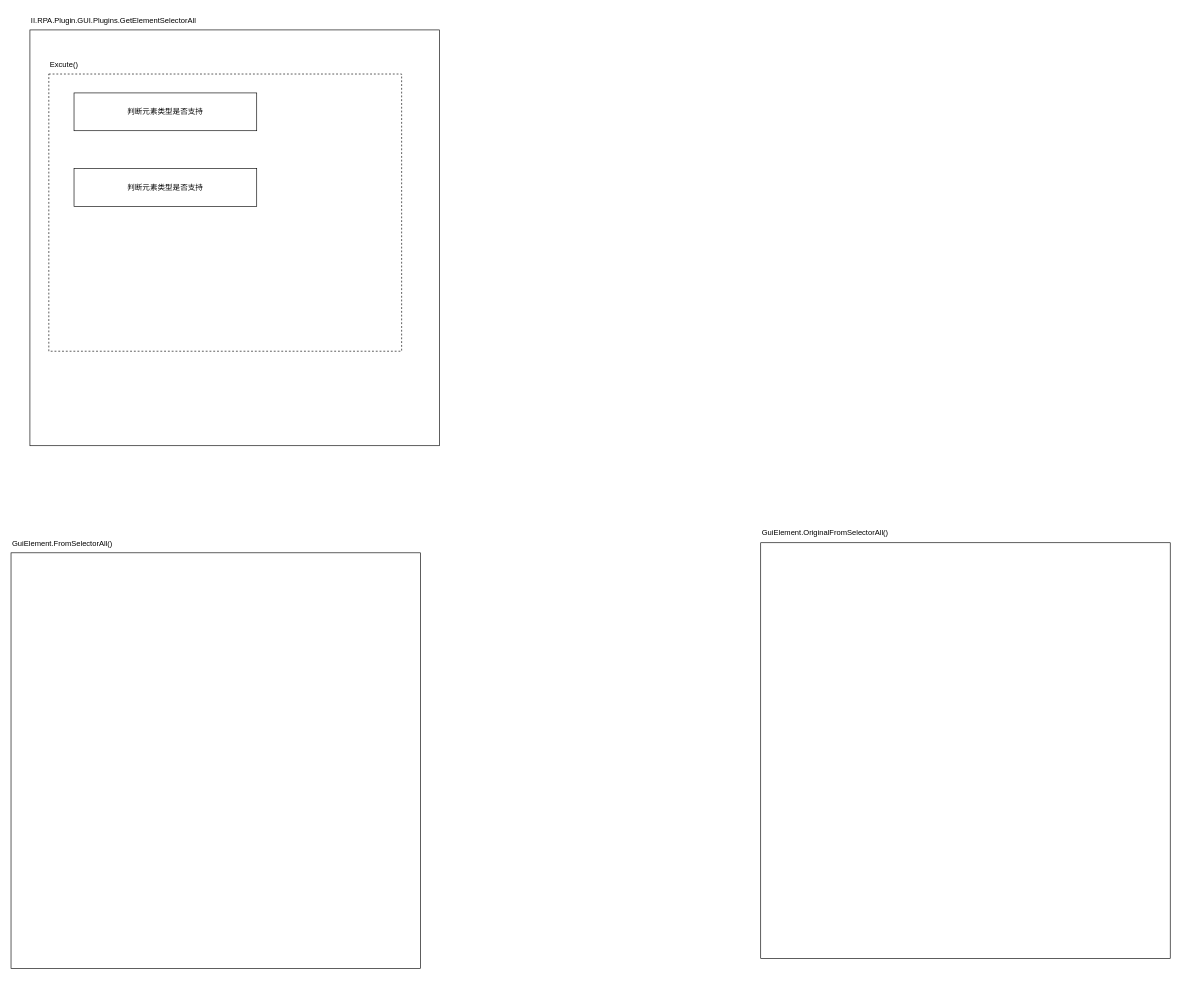
Before: win版循环获取相似元素相关逻辑图.drawio in ColonelDarcy2018/excelsior, a draw.io diagram. Source tidied: cells renumbered, new cells numbered last; positions are measured from the earlier drawing's top-left corner, leaving out a move shared by most shapes. Both pictures are drawn from the tidied source at 63%, with x=0, y=0 at pixel (11, 11).
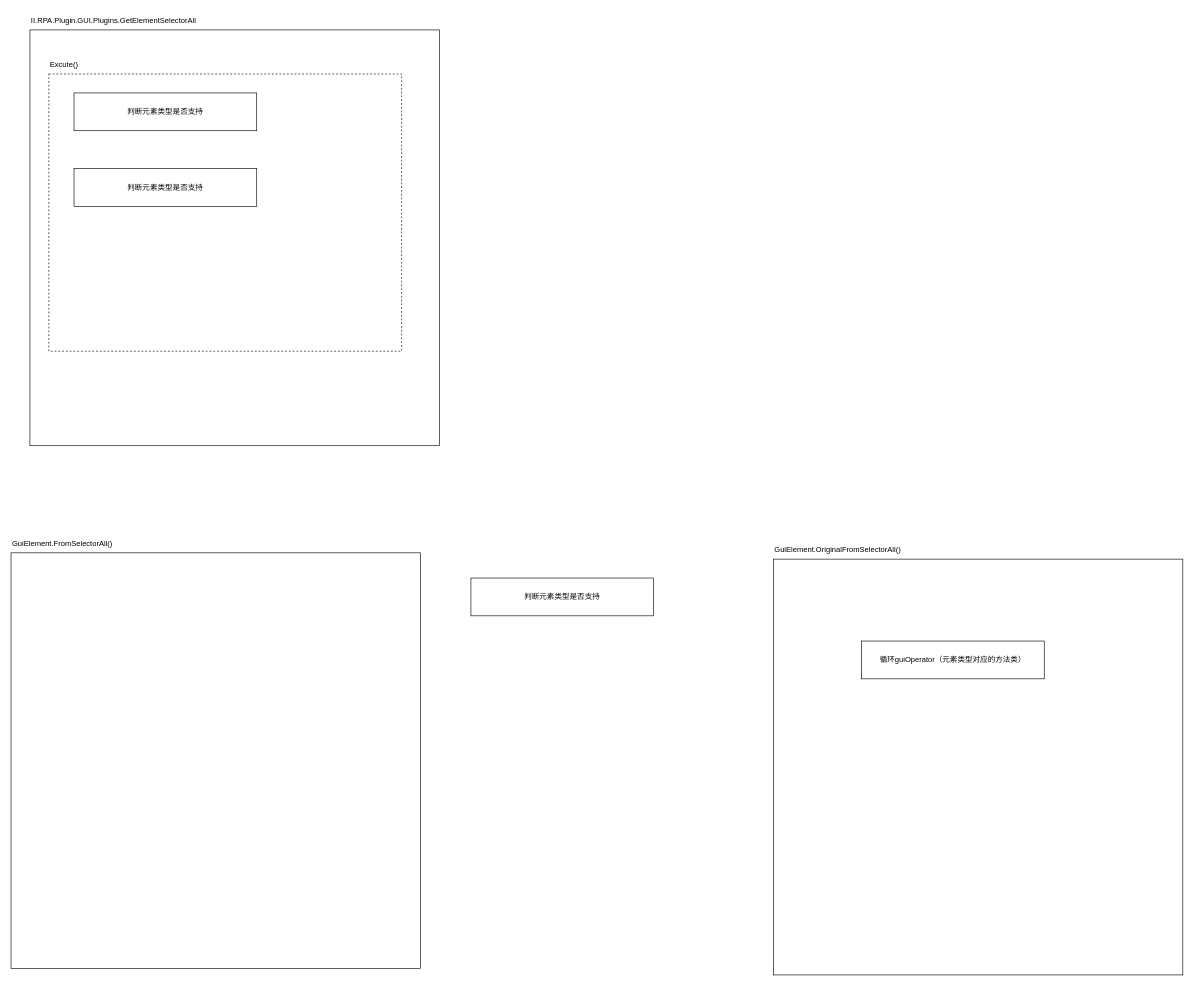
Above is the later version.

Commit message (it also covers changes not shown here):
更新win版循环获取相似元素相关逻辑图.drawio

What changed in the source:
```diff
@@
 <mxGraphModel>
   <root>
     <mxCell id="0" />
     <mxCell id="1" parent="0" />
     <mxCell id="2" style="rounded=0;whiteSpace=wrap;html=1;" parent="1" vertex="1">
       <mxGeometry x="30" y="30" width="650" height="660" as="geometry" />
     </mxCell>
     <mxCell id="3" value="II.RPA.Plugin.GUI.Plugins.GetElementSelectorAll" style="text;html=1;strokeColor=none;fillColor=none;align=left;verticalAlign=middle;whiteSpace=wrap;rounded=0;" parent="1" vertex="1">
       <mxGeometry x="30" width="300" height="30" as="geometry" />
     </mxCell>
     <mxCell id="4" style="group;" parent="1" vertex="1">
       <mxGeometry x="60" y="70" width="560" height="470" as="geometry" />
     </mxCell>
     <mxCell id="5" style="rounded=0;whiteSpace=wrap;html=1;dashed=1;" parent="4" vertex="1">
       <mxGeometry y="30" width="560" height="440" as="geometry" />
     </mxCell>
     <mxCell id="6" value="Excute()" style="text;html=1;strokeColor=none;fillColor=none;align=left;verticalAlign=middle;whiteSpace=wrap;rounded=0;" parent="4" vertex="1">
       <mxGeometry width="120" height="30" as="geometry" />
     </mxCell>
     <mxCell id="7" value="判断元素类型是否支持" style="rounded=0;whiteSpace=wrap;html=1;" parent="4" vertex="1">
       <mxGeometry x="40" y="60" width="290" height="60" as="geometry" />
     </mxCell>
     <mxCell id="8" value="判断元素类型是否支持" style="rounded=0;whiteSpace=wrap;html=1;" parent="4" vertex="1">
       <mxGeometry x="40" y="180" width="290" height="60" as="geometry" />
     </mxCell>
     <mxCell id="9" style="group;" parent="1" vertex="1">
       <mxGeometry y="830" width="650" height="690" as="geometry" />
     </mxCell>
     <mxCell id="10" style="rounded=0;whiteSpace=wrap;html=1;" parent="9" vertex="1">
       <mxGeometry y="30" width="650" height="660" as="geometry" />
     </mxCell>
     <mxCell id="11" value="GuiElement.FromSelectorAll()" style="text;html=1;strokeColor=none;fillColor=none;align=left;verticalAlign=middle;whiteSpace=wrap;rounded=0;" parent="9" vertex="1">
       <mxGeometry width="300" height="30" as="geometry" />
     </mxCell>
     <mxCell id="12" style="group;" parent="1" vertex="1">
-      <mxGeometry x="1190" y="814" width="650" height="690" as="geometry" />
+      <mxGeometry x="1210" y="840" width="650" height="690" as="geometry" />
     </mxCell>
     <mxCell id="13" style="rounded=0;whiteSpace=wrap;html=1;" parent="12" vertex="1">
       <mxGeometry y="30" width="650" height="660" as="geometry" />
     </mxCell>
     <mxCell id="14" value="GuiElement.OriginalFromSelectorAll()" style="text;html=1;strokeColor=none;fillColor=none;align=left;verticalAlign=middle;whiteSpace=wrap;rounded=0;" parent="12" vertex="1">
       <mxGeometry width="300" height="30" as="geometry" />
     </mxCell>
+    <mxCell id="15" value="循环guiOperator（元素类型对应的方法类）" style="rounded=0;whiteSpace=wrap;html=1;" parent="12" vertex="1">
+      <mxGeometry x="140" y="160" width="290" height="60" as="geometry" />
+    </mxCell>
+    <mxCell id="16" value="判断元素类型是否支持" style="rounded=0;whiteSpace=wrap;html=1;" parent="1" vertex="1">
+      <mxGeometry x="730" y="900" width="290" height="60" as="geometry" />
+    </mxCell>
   </root>
 </mxGraphModel>
```
